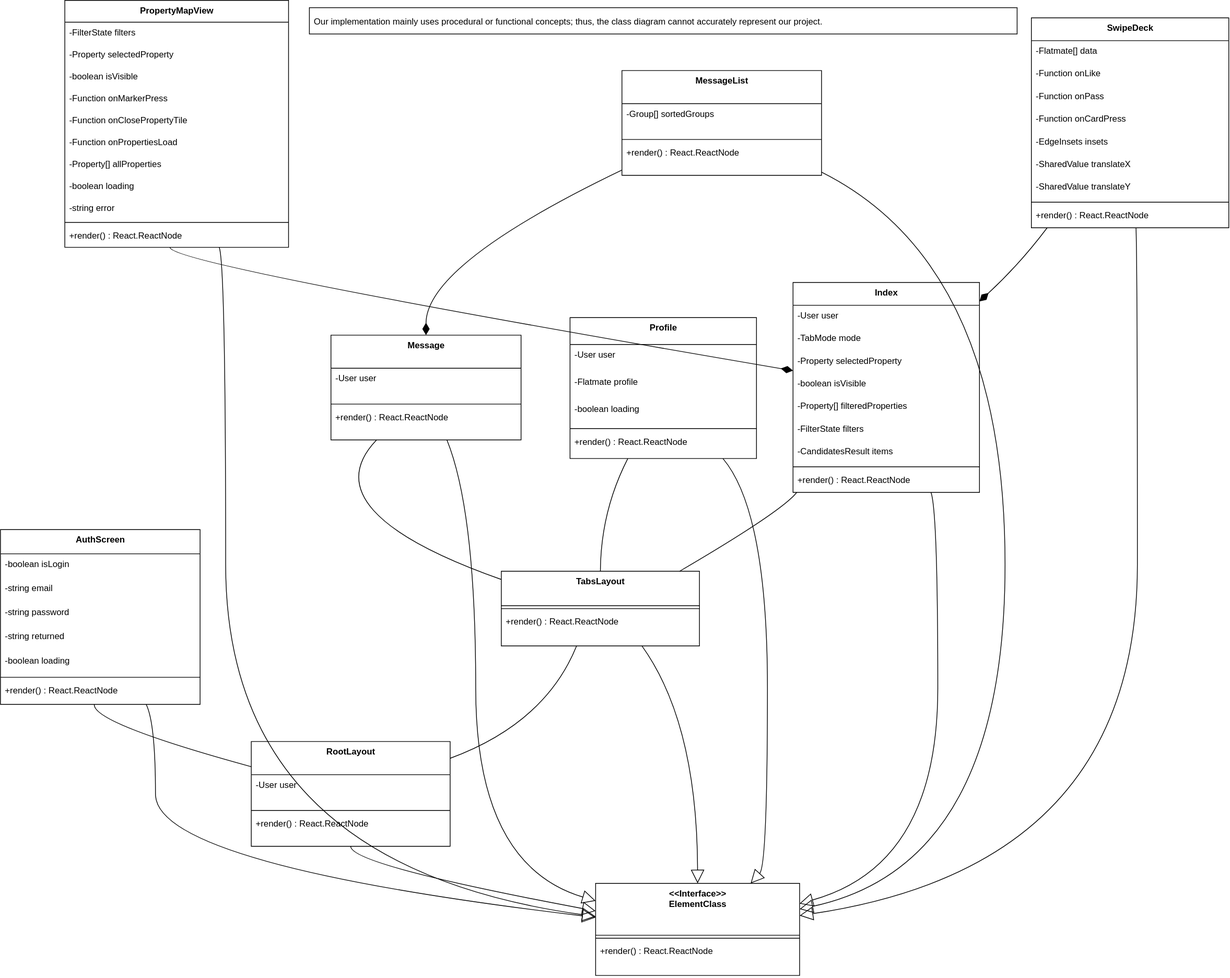
Above: docs/diagram/UML Class Diagram.svg in BozhanL/FlatFinder (draw.io), before the change. Source tidied: cells renumbered, new cells last; positions are measured from the earlier drawing's top-left corner, leaving out a move shared by most shapes.
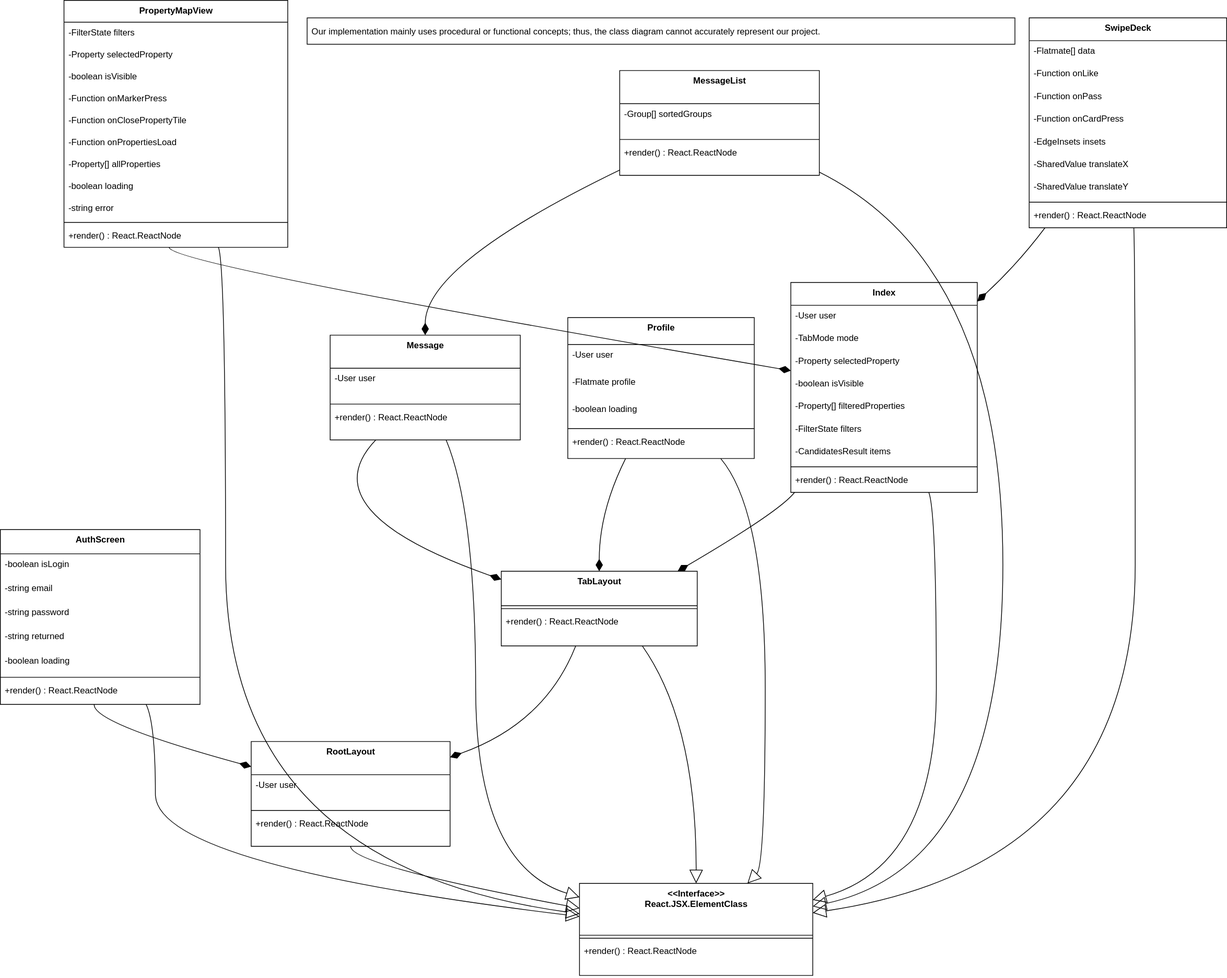
Above is the later version.

Commit message:
Update UML Class Diagram

Diff of the diagram source:
```diff
@@ -2,15 +2,15 @@
   <root>
     <mxCell id="0" />
     <mxCell id="1" parent="0" />
-    <mxCell id="2" value="&lt;&lt;Interface&gt;&gt;&#10;ElementClass" style="swimlane;fontStyle=1;align=center;verticalAlign=top;horizontal=1;startSize=71;" parent="1" vertex="1">
-      <mxGeometry x="814" y="1208" width="279" height="126" as="geometry" />
-    </mxCell>
-    <mxCell id="3" style="line;strokeWidth=1;fillColor=none;align=left;verticalAlign=middle;spacingTop=-1;spacingLeft=3;spacingRight=3;labelPosition=right;strokeColor=inherit;" parent="2" vertex="1">
-      <mxGeometry y="71" width="279" height="8" as="geometry" />
-    </mxCell>
-    <mxCell id="4" value="+render() : React.ReactNode" style="text;strokeColor=none;fillColor=none;align=left;verticalAlign=top;spacingLeft=4;spacingRight=4;overflow=hidden;" parent="2" vertex="1">
-      <mxGeometry y="79" width="279" height="47" as="geometry" />
-    </mxCell>
+    <mxCell id="84" value="&lt;&lt;Interface&gt;&gt;&#10;React.JSX.ElementClass" style="swimlane;fontStyle=1;align=center;verticalAlign=top;horizontal=1;startSize=71;" parent="1" vertex="1">
+      <mxGeometry x="792" y="1208" width="319" height="126" as="geometry" />
+    </mxCell>
+    <mxCell id="85" style="line;strokeWidth=1;fillColor=none;align=left;verticalAlign=middle;spacingTop=-1;spacingLeft=3;spacingRight=3;labelPosition=right;strokeColor=inherit;" parent="84" vertex="1">
+      <mxGeometry y="71" width="319" height="8" as="geometry" />
+    </mxCell>
+    <mxCell id="86" value="+render() : React.ReactNode" style="text;strokeColor=none;fillColor=none;align=left;verticalAlign=top;spacingLeft=4;spacingRight=4;overflow=hidden;" parent="84" vertex="1">
+      <mxGeometry y="79" width="319" height="47" as="geometry" />
+    </mxCell>
     <mxCell id="5" value="RootLayout" style="swimlane;fontStyle=1;align=center;verticalAlign=top;horizontal=1;startSize=45.333333333333336;" parent="1" vertex="1">
       <mxGeometry x="343" y="1014" width="272" height="143.3" as="geometry" />
     </mxCell>
@@ -47,17 +47,17 @@
     <mxCell id="16" value="+render() : React.ReactNode" style="text;strokeColor=none;fillColor=none;align=left;verticalAlign=top;spacingLeft=4;spacingRight=4;overflow=hidden;" parent="9" vertex="1">
       <mxGeometry y="206.1" width="273" height="33" as="geometry" />
     </mxCell>
-    <mxCell id="17" value="TabsLayout" style="swimlane;fontStyle=1;align=center;verticalAlign=top;horizontal=1;startSize=47.2;" parent="1" vertex="1">
-      <mxGeometry x="685" y="781" width="271" height="102.2" as="geometry" />
-    </mxCell>
-    <mxCell id="18" style="line;strokeWidth=1;fillColor=none;align=left;verticalAlign=middle;spacingTop=-1;spacingLeft=3;spacingRight=3;labelPosition=right;strokeColor=inherit;" parent="17" vertex="1">
-      <mxGeometry y="47.2" width="271" height="8" as="geometry" />
-    </mxCell>
-    <mxCell id="19" value="+render() : React.ReactNode" style="text;strokeColor=none;fillColor=none;align=left;verticalAlign=top;spacingLeft=4;spacingRight=4;overflow=hidden;" parent="17" vertex="1">
-      <mxGeometry y="55.2" width="271" height="47" as="geometry" />
-    </mxCell>
+    <mxCell id="87" value="TabLayout" style="swimlane;fontStyle=1;align=center;verticalAlign=top;horizontal=1;startSize=47.2;" parent="1" vertex="1">
+      <mxGeometry x="685" y="781" width="268" height="102.2" as="geometry" />
+    </mxCell>
+    <mxCell id="88" style="line;strokeWidth=1;fillColor=none;align=left;verticalAlign=middle;spacingTop=-1;spacingLeft=3;spacingRight=3;labelPosition=right;strokeColor=inherit;" parent="87" vertex="1">
+      <mxGeometry y="47.2" width="268" height="8" as="geometry" />
+    </mxCell>
+    <mxCell id="89" value="+render() : React.ReactNode" style="text;strokeColor=none;fillColor=none;align=left;verticalAlign=top;spacingLeft=4;spacingRight=4;overflow=hidden;" parent="87" vertex="1">
+      <mxGeometry y="55.2" width="268" height="47" as="geometry" />
+    </mxCell>
     <mxCell id="20" value="Index" style="swimlane;fontStyle=1;align=center;verticalAlign=top;horizontal=1;startSize=31.11111111111111;" parent="1" vertex="1">
-      <mxGeometry x="1084" y="386" width="255" height="287.1" as="geometry" />
+      <mxGeometry x="1081" y="386" width="255" height="287.1" as="geometry" />
     </mxCell>
     <mxCell id="21" value="-User user" style="text;strokeColor=none;fillColor=none;align=left;verticalAlign=top;spacingLeft=4;spacingRight=4;overflow=hidden;" parent="20" vertex="1">
       <mxGeometry y="31.1" width="255" height="31" as="geometry" />
@@ -87,7 +87,7 @@
       <mxGeometry y="256.1" width="255" height="31" as="geometry" />
     </mxCell>
     <mxCell id="30" value="Message" style="swimlane;fontStyle=1;align=center;verticalAlign=top;horizontal=1;startSize=45.333333333333336;" parent="1" vertex="1">
-      <mxGeometry x="452" y="458" width="260" height="143.3" as="geometry" />
+      <mxGeometry x="451" y="458" width="260" height="143.3" as="geometry" />
     </mxCell>
     <mxCell id="31" value="-User user" style="text;strokeColor=none;fillColor=none;align=left;verticalAlign=top;spacingLeft=4;spacingRight=4;overflow=hidden;" parent="30" vertex="1">
       <mxGeometry y="45.3" width="260" height="45" as="geometry" />
@@ -99,7 +99,7 @@
       <mxGeometry y="98.3" width="260" height="45" as="geometry" />
     </mxCell>
     <mxCell id="34" value="Profile" style="swimlane;fontStyle=1;align=center;verticalAlign=top;horizontal=1;startSize=36.8;" parent="1" vertex="1">
-      <mxGeometry x="779" y="434" width="255" height="192.8" as="geometry" />
+      <mxGeometry x="776" y="434" width="255" height="192.8" as="geometry" />
     </mxCell>
     <mxCell id="35" value="-User user" style="text;strokeColor=none;fillColor=none;align=left;verticalAlign=top;spacingLeft=4;spacingRight=4;overflow=hidden;" parent="34" vertex="1">
       <mxGeometry y="36.8" width="255" height="37" as="geometry" />
@@ -117,7 +117,7 @@
       <mxGeometry y="155.8" width="255" height="37" as="geometry" />
     </mxCell>
     <mxCell id="40" value="MessageList" style="swimlane;fontStyle=1;align=center;verticalAlign=top;horizontal=1;startSize=45.333333333333336;" parent="1" vertex="1">
-      <mxGeometry x="850" y="96" width="273" height="143.3" as="geometry" />
+      <mxGeometry x="847" y="96" width="273" height="143.3" as="geometry" />
     </mxCell>
     <mxCell id="41" value="-Group[] sortedGroups" style="text;strokeColor=none;fillColor=none;align=left;verticalAlign=top;spacingLeft=4;spacingRight=4;overflow=hidden;" parent="40" vertex="1">
       <mxGeometry y="45.3" width="273" height="45" as="geometry" />
@@ -129,7 +129,7 @@
       <mxGeometry y="98.3" width="273" height="45" as="geometry" />
     </mxCell>
     <mxCell id="44" value="SwipeDeck" style="swimlane;fontStyle=1;align=center;verticalAlign=top;horizontal=1;startSize=31.11111111111111;" parent="1" vertex="1">
-      <mxGeometry x="1410" y="24" width="270" height="287.1" as="geometry" />
+      <mxGeometry x="1407" y="24" width="270" height="287.1" as="geometry" />
     </mxCell>
     <mxCell id="45" value="-Flatmate[] data" style="text;strokeColor=none;fillColor=none;align=left;verticalAlign=top;spacingLeft=4;spacingRight=4;overflow=hidden;" parent="44" vertex="1">
       <mxGeometry y="31.1" width="270" height="31" as="geometry" />
@@ -159,7 +159,7 @@
       <mxGeometry y="256.1" width="270" height="31" as="geometry" />
     </mxCell>
     <mxCell id="54" value="PropertyMapView" style="swimlane;fontStyle=1;align=center;verticalAlign=top;horizontal=1;startSize=29.818181818181817;" parent="1" vertex="1">
-      <mxGeometry x="88" width="306" height="337.8" as="geometry" />
+      <mxGeometry x="87" width="306" height="337.8" as="geometry" />
     </mxCell>
     <mxCell id="55" value="-FilterState filters" style="text;strokeColor=none;fillColor=none;align=left;verticalAlign=top;spacingLeft=4;spacingRight=4;overflow=hidden;" parent="54" vertex="1">
       <mxGeometry y="29.8" width="306" height="30" as="geometry" />
@@ -195,131 +195,131 @@
       <mxGeometry y="307.8" width="306" height="30" as="geometry" />
     </mxCell>
     <mxCell id="66" value="Our implementation mainly uses procedural or functional concepts; thus, the class diagram cannot accurately represent our project." style="align=left;spacingLeft=4;" parent="1" vertex="1">
-      <mxGeometry x="422.5" y="10" width="968" height="36" as="geometry" />
+      <mxGeometry x="419.5" y="24" width="968" height="36" as="geometry" />
     </mxCell>
-    <mxCell id="67" style="curved=1;startArrow=none;endArrow=block;endSize=16;endFill=0;exitX=0.5;exitY=1;entryX=0;entryY=0.3;rounded=0;" parent="1" edge="1" source="5" target="2">
-      <mxGeometry relative="1" as="geometry">
-        <Array as="points">
-          <mxPoint x="479" y="1183" />
-        </Array>
-      </mxGeometry>
-    </mxCell>
-    <mxCell id="68" style="curved=1;startArrow=none;endArrow=block;endSize=16;endFill=0;exitX=0.73;exitY=1;entryX=0;entryY=0.37;rounded=0;" parent="1" edge="1" source="9" target="2">
-      <mxGeometry relative="1" as="geometry">
-        <Array as="points">
-          <mxPoint x="212" y="989" />
-          <mxPoint x="212" y="1183" />
-        </Array>
-      </mxGeometry>
-    </mxCell>
-    <mxCell id="69" style="curved=1;startArrow=none;endArrow=block;endSize=16;endFill=0;exitX=0.71;exitY=1;entryX=0.5;entryY=0;rounded=0;" parent="1" edge="1" source="17" target="2">
-      <mxGeometry relative="1" as="geometry">
-        <Array as="points">
-          <mxPoint x="953" y="989" />
-        </Array>
-      </mxGeometry>
-    </mxCell>
-    <mxCell id="70" style="curved=1;startArrow=none;endArrow=block;endSize=16;endFill=0;exitX=0.74;exitY=1;entryX=1;entryY=0.22;rounded=0;" parent="1" edge="1" source="20" target="2">
-      <mxGeometry relative="1" as="geometry">
-        <Array as="points">
-          <mxPoint x="1282" y="699" />
-          <mxPoint x="1282" y="1183" />
-        </Array>
-      </mxGeometry>
-    </mxCell>
-    <mxCell id="71" style="curved=1;startArrow=none;endArrow=block;endSize=16;endFill=0;exitX=0.61;exitY=1;entryX=0;entryY=0.19;rounded=0;" parent="1" edge="1" source="30" target="2">
-      <mxGeometry relative="1" as="geometry">
-        <Array as="points">
-          <mxPoint x="650" y="699" />
-          <mxPoint x="650" y="1183" />
-        </Array>
-      </mxGeometry>
-    </mxCell>
-    <mxCell id="72" style="curved=1;startArrow=none;endArrow=block;endSize=16;endFill=0;exitX=0.82;exitY=1;entryX=0.76;entryY=0;rounded=0;" parent="1" edge="1" source="34" target="2">
-      <mxGeometry relative="1" as="geometry">
-        <Array as="points">
-          <mxPoint x="1049" y="699" />
-          <mxPoint x="1049" y="1183" />
-        </Array>
-      </mxGeometry>
-    </mxCell>
-    <mxCell id="73" style="curved=1;startArrow=none;endArrow=block;endSize=16;endFill=0;exitX=1;exitY=0.97;entryX=1;entryY=0.28;rounded=0;" parent="1" edge="1" source="40" target="2">
-      <mxGeometry relative="1" as="geometry">
-        <Array as="points">
-          <mxPoint x="1374" y="361" />
-          <mxPoint x="1374" y="1183" />
-        </Array>
-      </mxGeometry>
-    </mxCell>
-    <mxCell id="74" style="curved=1;startArrow=none;endArrow=block;endSize=16;endFill=0;exitX=0.53;exitY=1;entryX=1;entryY=0.35;rounded=0;" parent="1" edge="1" source="44" target="2">
-      <mxGeometry relative="1" as="geometry">
-        <Array as="points">
-          <mxPoint x="1555" y="361" />
-          <mxPoint x="1555" y="1183" />
-        </Array>
-      </mxGeometry>
-    </mxCell>
-    <mxCell id="75" style="curved=1;startArrow=none;endArrow=block;endSize=16;endFill=0;exitX=0.69;exitY=1;entryX=0;entryY=0.36;rounded=0;" parent="1" edge="1" source="54" target="2">
-      <mxGeometry relative="1" as="geometry">
-        <Array as="points">
-          <mxPoint x="308" y="361" />
-          <mxPoint x="308" y="1183" />
-        </Array>
-      </mxGeometry>
-    </mxCell>
+    <mxCell id="90" style="curved=1;startArrow=none;endArrow=block;endSize=16;endFill=0;exitX=0.5;exitY=1;entryX=0;entryY=0.27;rounded=0;" parent="1" edge="1" source="5" target="84">
+      <mxGeometry relative="1" as="geometry">
+        <Array as="points">
+          <mxPoint x="479" y="1183" />
+        </Array>
+      </mxGeometry>
+    </mxCell>
+    <mxCell id="91" style="curved=1;startArrow=none;endArrow=block;endSize=16;endFill=0;exitX=0.73;exitY=1;entryX=0;entryY=0.36;rounded=0;" parent="1" edge="1" source="9" target="84">
+      <mxGeometry relative="1" as="geometry">
+        <Array as="points">
+          <mxPoint x="212" y="989" />
+          <mxPoint x="212" y="1183" />
+        </Array>
+      </mxGeometry>
+    </mxCell>
+    <mxCell id="92" style="curved=1;startArrow=none;endArrow=block;endSize=16;endFill=0;exitX=0.72;exitY=1;entryX=0.5;entryY=0;rounded=0;" parent="1" edge="1" source="87" target="84">
+      <mxGeometry relative="1" as="geometry">
+        <Array as="points">
+          <mxPoint x="952" y="989" />
+        </Array>
+      </mxGeometry>
+    </mxCell>
+    <mxCell id="93" style="curved=1;startArrow=none;endArrow=block;endSize=16;endFill=0;exitX=0.74;exitY=1;entryX=1;entryY=0.18;rounded=0;" parent="1" edge="1" source="20" target="84">
+      <mxGeometry relative="1" as="geometry">
+        <Array as="points">
+          <mxPoint x="1280" y="699" />
+          <mxPoint x="1280" y="1183" />
+        </Array>
+      </mxGeometry>
+    </mxCell>
+    <mxCell id="94" style="curved=1;startArrow=none;endArrow=block;endSize=16;endFill=0;exitX=0.61;exitY=1;entryX=0;entryY=0.15;rounded=0;" parent="1" edge="1" source="30" target="84">
+      <mxGeometry relative="1" as="geometry">
+        <Array as="points">
+          <mxPoint x="650" y="699" />
+          <mxPoint x="650" y="1183" />
+        </Array>
+      </mxGeometry>
+    </mxCell>
+    <mxCell id="95" style="curved=1;startArrow=none;endArrow=block;endSize=16;endFill=0;exitX=0.82;exitY=1;entryX=0.72;entryY=0;rounded=0;" parent="1" edge="1" source="34" target="84">
+      <mxGeometry relative="1" as="geometry">
+        <Array as="points">
+          <mxPoint x="1046" y="699" />
+          <mxPoint x="1046" y="1183" />
+        </Array>
+      </mxGeometry>
+    </mxCell>
+    <mxCell id="96" style="curved=1;startArrow=none;endArrow=block;endSize=16;endFill=0;exitX=1;exitY=0.97;entryX=1;entryY=0.25;rounded=0;" parent="1" edge="1" source="40" target="84">
+      <mxGeometry relative="1" as="geometry">
+        <Array as="points">
+          <mxPoint x="1371" y="361" />
+          <mxPoint x="1371" y="1183" />
+        </Array>
+      </mxGeometry>
+    </mxCell>
+    <mxCell id="97" style="curved=1;startArrow=none;endArrow=block;endSize=16;endFill=0;exitX=0.53;exitY=1;entryX=1;entryY=0.32;rounded=0;" parent="1" edge="1" source="44" target="84">
+      <mxGeometry relative="1" as="geometry">
+        <Array as="points">
+          <mxPoint x="1552" y="361" />
+          <mxPoint x="1552" y="1183" />
+        </Array>
+      </mxGeometry>
+    </mxCell>
+    <mxCell id="98" style="curved=1;startArrow=none;endArrow=block;endSize=16;endFill=0;exitX=0.69;exitY=1;entryX=0;entryY=0.33;rounded=0;" parent="1" edge="1" source="54" target="84">
+      <mxGeometry relative="1" as="geometry">
+        <Array as="points">
+          <mxPoint x="308" y="361" />
+          <mxPoint x="308" y="1183" />
+        </Array>
+      </mxGeometry>
+    </mxCell>
-    <mxCell id="76" style="curved=1;startArrow=none;endArrow=none;exitX=0.47;exitY=1;entryX=0;entryY=0.24;rounded=0;" parent="1" edge="1" source="9" target="5">
+    <mxCell id="76" style="curved=1;startArrow=none;endArrow=diamondThin;endSize=14;endFill=1;exitX=0.47;exitY=1;entryX=0;entryY=0.24;rounded=0;" parent="1" edge="1" source="9" target="5">
       <mxGeometry relative="1" as="geometry">
         <Array as="points">
           <mxPoint x="126" y="989" />
         </Array>
       </mxGeometry>
     </mxCell>
-    <mxCell id="77" style="curved=1;startArrow=none;endArrow=none;exitX=0.38;exitY=1;entryX=1;entryY=0.16;rounded=0;" parent="1" edge="1" source="17" target="5">
-      <mxGeometry relative="1" as="geometry">
-        <Array as="points">
-          <mxPoint x="745" y="989" />
-        </Array>
-      </mxGeometry>
-    </mxCell>
-    <mxCell id="78" style="curved=1;startArrow=none;endArrow=none;exitX=0.02;exitY=1;entryX=0.9;entryY=0;rounded=0;" parent="1" edge="1" source="20" target="17">
-      <mxGeometry relative="1" as="geometry">
-        <Array as="points">
-          <mxPoint x="1069" y="699" />
-        </Array>
-      </mxGeometry>
-    </mxCell>
-    <mxCell id="79" style="curved=1;startArrow=none;endArrow=none;exitX=0.24;exitY=1;entryX=0;entryY=0.11;rounded=0;" parent="1" edge="1" source="30" target="17">
-      <mxGeometry relative="1" as="geometry">
-        <Array as="points">
-          <mxPoint x="421" y="699" />
-        </Array>
-      </mxGeometry>
-    </mxCell>
-    <mxCell id="80" style="curved=1;startArrow=none;endArrow=none;exitX=0.31;exitY=1;entryX=0.5;entryY=0;rounded=0;" parent="1" edge="1" source="34" target="17">
-      <mxGeometry relative="1" as="geometry">
-        <Array as="points">
-          <mxPoint x="821" y="699" />
-        </Array>
-      </mxGeometry>
-    </mxCell>
+    <mxCell id="99" style="curved=1;startArrow=none;endArrow=diamondThin;endSize=14;endFill=1;exitX=0.38;exitY=1;entryX=1;entryY=0.15;rounded=0;" parent="1" edge="1" source="87" target="5">
+      <mxGeometry relative="1" as="geometry">
+        <Array as="points">
+          <mxPoint x="745" y="989" />
+        </Array>
+      </mxGeometry>
+    </mxCell>
+    <mxCell id="100" style="curved=1;startArrow=none;endArrow=diamondThin;endSize=14;endFill=1;exitX=0.02;exitY=1;entryX=0.9;entryY=0;rounded=0;" parent="1" edge="1" source="20" target="87">
+      <mxGeometry relative="1" as="geometry">
+        <Array as="points">
+          <mxPoint x="1066" y="699" />
+        </Array>
+      </mxGeometry>
+    </mxCell>
+    <mxCell id="101" style="curved=1;startArrow=none;endArrow=diamondThin;endSize=14;endFill=1;exitX=0.24;exitY=1;entryX=0;entryY=0.11;rounded=0;" parent="1" edge="1" source="30" target="87">
+      <mxGeometry relative="1" as="geometry">
+        <Array as="points">
+          <mxPoint x="420" y="699" />
+        </Array>
+      </mxGeometry>
+    </mxCell>
+    <mxCell id="102" style="curved=1;startArrow=none;endArrow=diamondThin;endSize=14;endFill=1;exitX=0.31;exitY=1;entryX=0.5;entryY=0;rounded=0;" parent="1" edge="1" source="34" target="87">
+      <mxGeometry relative="1" as="geometry">
+        <Array as="points">
+          <mxPoint x="819" y="699" />
+        </Array>
+      </mxGeometry>
+    </mxCell>
     <mxCell id="81" style="curved=1;startArrow=none;endArrow=diamondThin;endSize=14;endFill=1;exitX=0.08;exitY=1;entryX=1;entryY=0.09;rounded=0;" parent="1" edge="1" source="44" target="20">
       <mxGeometry relative="1" as="geometry">
         <Array as="points">
-          <mxPoint x="1394" y="361" />
+          <mxPoint x="1391" y="361" />
         </Array>
       </mxGeometry>
     </mxCell>
     <mxCell id="82" style="curved=1;startArrow=none;endArrow=diamondThin;endSize=14;endFill=1;exitX=0.47;exitY=1;entryX=0;entryY=0.42;rounded=0;" parent="1" edge="1" source="54" target="20">
       <mxGeometry relative="1" as="geometry">
         <Array as="points">
-          <mxPoint x="231" y="361" />
+          <mxPoint x="230" y="361" />
         </Array>
       </mxGeometry>
     </mxCell>
     <mxCell id="83" style="curved=1;startArrow=none;endArrow=diamondThin;endSize=14;endFill=1;exitX=0;exitY=0.95;entryX=0.5;entryY=0;rounded=0;" parent="1" edge="1" source="40" target="30">
       <mxGeometry relative="1" as="geometry">
         <Array as="points">
-          <mxPoint x="582" y="361" />
+          <mxPoint x="581" y="361" />
         </Array>
       </mxGeometry>
     </mxCell>
```
